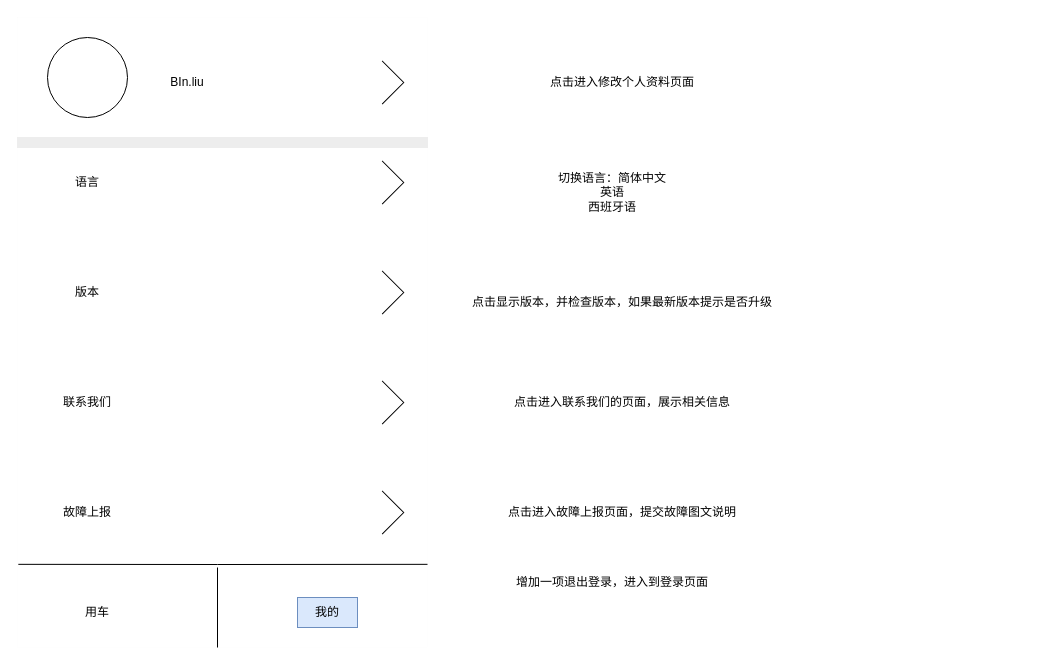
The draw.io diagram page "我的" (2 of 4) of ofady.drawio in codefenger/ofady-vue, before the edit. Source tidied: cells renumbered, new cells numbered last; positions are measured from the earlier drawing's top-left corner, leaving out a move shared by most shapes. Both pictures are drawn from the tidied source at 100%, with x=0, y=0 at pixel (17, 17).
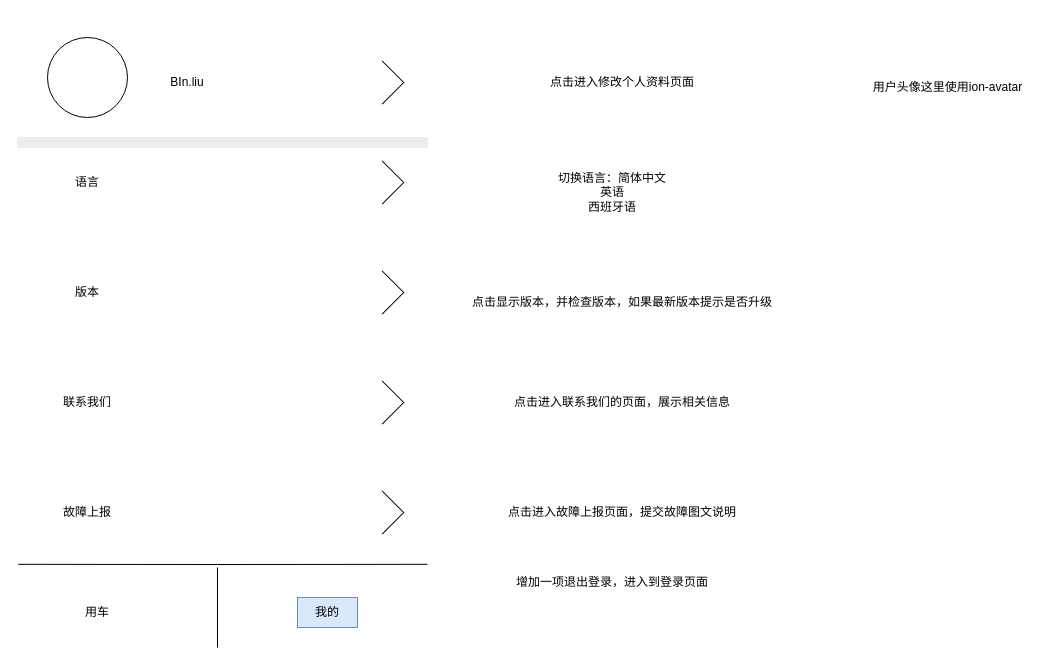
After the change.

Diff of the diagram source:
```diff
@@
+    <mxCell id="25" value="用户头像这里使用ion-avatar" style="text;html=1;align=center;verticalAlign=middle;strokeColor=none;fillColor=none;" parent="1" vertex="1">
+      <mxGeometry x="845" y="55" width="170" height="30" as="geometry" />
+    </mxCell>
```
